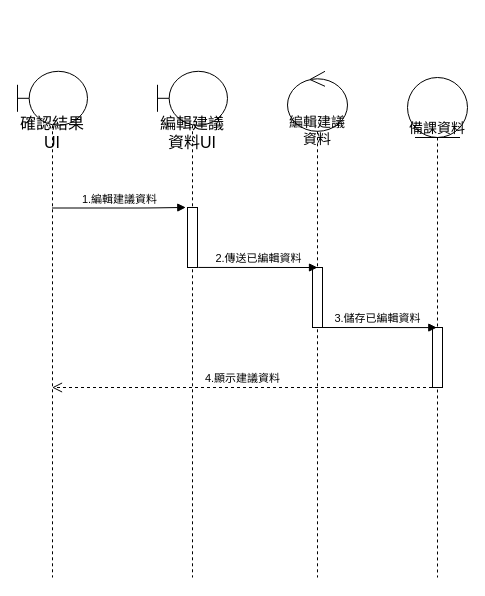
The draw.io diagram 修改建議資料循序圖.drawio in Kevincheng0804/System-analysis, before the edit. Source tidied: cells renumbered, new cells numbered last; positions are measured from the earlier drawing's top-left corner, leaving out a move shared by most shapes. Both pictures are drawn from the tidied source at 100%, with x=0, y=0 at pixel (17, 71).
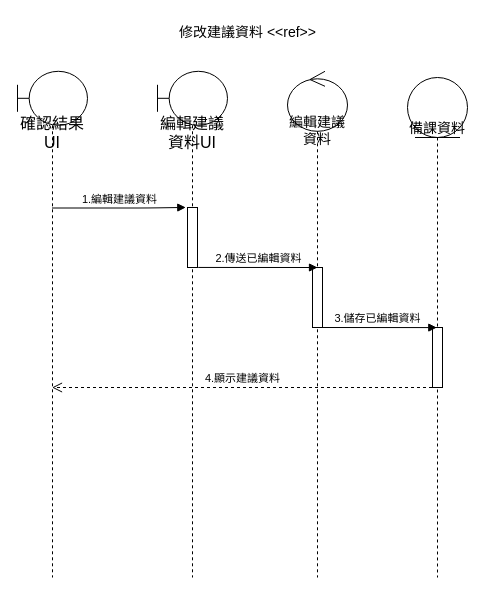
The same page after the edit.

Change to the diagram source:
```diff
@@
 <mxGraphModel>
   <root>
     <mxCell id="0" />
     <mxCell id="1" parent="0" />
     <mxCell id="2" value="編輯建議資料UI" style="shape=umlLifeline;participant=umlBoundary;perimeter=lifelinePerimeter;whiteSpace=wrap;html=1;verticalAlign=top;spacingTop=36;fontSize=16;size=54;" parent="1" vertex="1">
       <mxGeometry x="140" y="-0.2" width="70" height="506.2" as="geometry" />
     </mxCell>
     <mxCell id="3" style="html=1;points=[];perimeter=orthogonalPerimeter;" parent="2" vertex="1">
       <mxGeometry x="30" y="136.2" width="10" height="60" as="geometry" />
     </mxCell>
     <mxCell id="4" value="備課資料" style="shape=umlLifeline;participant=umlEntity;perimeter=lifelinePerimeter;whiteSpace=wrap;html=1;verticalAlign=top;spacingTop=36;fontSize=14;size=60;" parent="1" vertex="1">
       <mxGeometry x="390" y="6" width="60" height="500" as="geometry" />
     </mxCell>
     <mxCell id="5" style="html=1;perimeter=orthogonalPerimeter;" parent="4" vertex="1">
       <mxGeometry x="25" y="250" width="10" height="60" as="geometry" />
     </mxCell>
     <mxCell id="6" value="編輯建議資料" style="shape=umlLifeline;participant=umlControl;perimeter=lifelinePerimeter;whiteSpace=wrap;html=1;verticalAlign=top;spacingTop=36;fontSize=14;size=60;align=center;" parent="1" vertex="1">
       <mxGeometry x="270" y="-0.2" width="60" height="506.2" as="geometry" />
     </mxCell>
     <mxCell id="7" style="html=1;perimeter=orthogonalPerimeter;" parent="6" vertex="1">
       <mxGeometry x="25" y="196.2" width="10" height="60" as="geometry" />
     </mxCell>
     <mxCell id="8" value="2.傳送已編輯資料" style="html=1;verticalAlign=bottom;startArrow=none;startFill=0;endArrow=block;startSize=8;exitX=1.068;exitY=0.999;exitDx=0;exitDy=0;exitPerimeter=0;" parent="6" edge="1" source="3">
       <mxGeometry relative="1" as="geometry">
         <mxPoint x="30" y="196.2" as="targetPoint" />
       </mxGeometry>
     </mxCell>
     <mxCell id="9" value="確認結果UI" style="shape=umlLifeline;participant=umlBoundary;perimeter=lifelinePerimeter;whiteSpace=wrap;html=1;verticalAlign=top;spacingTop=36;outlineConnect=0;fontSize=16;size=54;" parent="1" vertex="1">
       <mxGeometry y="-0.2" width="70" height="506.2" as="geometry" />
     </mxCell>
     <mxCell id="10" value="1.編輯建議資料" style="html=1;verticalAlign=bottom;startArrow=none;startFill=0;endArrow=block;startSize=8;entryX=-0.17;entryY=-0.001;entryDx=0;entryDy=0;entryPerimeter=0;" parent="1" edge="1" source="9" target="3">
       <mxGeometry relative="1" as="geometry">
         <Array as="points">
           <mxPoint x="130.5" y="136.5" />
         </Array>
       </mxGeometry>
     </mxCell>
     <mxCell id="11" value="3.儲存已編輯資料" style="html=1;verticalAlign=bottom;startArrow=none;startFill=0;endArrow=block;startSize=8;exitX=1.068;exitY=0.999;exitDx=0;exitDy=0;exitPerimeter=0;" parent="1" edge="1">
       <mxGeometry relative="1" as="geometry">
         <mxPoint x="300" y="256" as="sourcePoint" />
         <mxPoint x="419.3" y="256.1" as="targetPoint" />
       </mxGeometry>
     </mxCell>
     <mxCell id="12" value="4.顯示建議資料" style="html=1;verticalAlign=bottom;endArrow=open;dashed=1;endSize=8;" parent="1" edge="1" target="9">
       <mxGeometry relative="1" as="geometry">
         <mxPoint x="414.5" y="316" as="sourcePoint" />
         <Array as="points">
           <mxPoint x="335" y="316" />
         </Array>
       </mxGeometry>
     </mxCell>
+    <mxCell id="13" value="&lt;span style=&quot;text-align: center; font-size: 14px;&quot;&gt;&lt;font style=&quot;font-size: 14px;&quot;&gt;修改建議資料&lt;/font&gt;&lt;/span&gt;&amp;nbsp;&amp;lt;&amp;lt;ref&amp;gt;&amp;gt;" style="text;whiteSpace=wrap;html=1;fontSize=14;" parent="1" vertex="1">
+      <mxGeometry x="160" y="-54" width="150" height="40" as="geometry" />
+    </mxCell>
   </root>
 </mxGraphModel>
```
